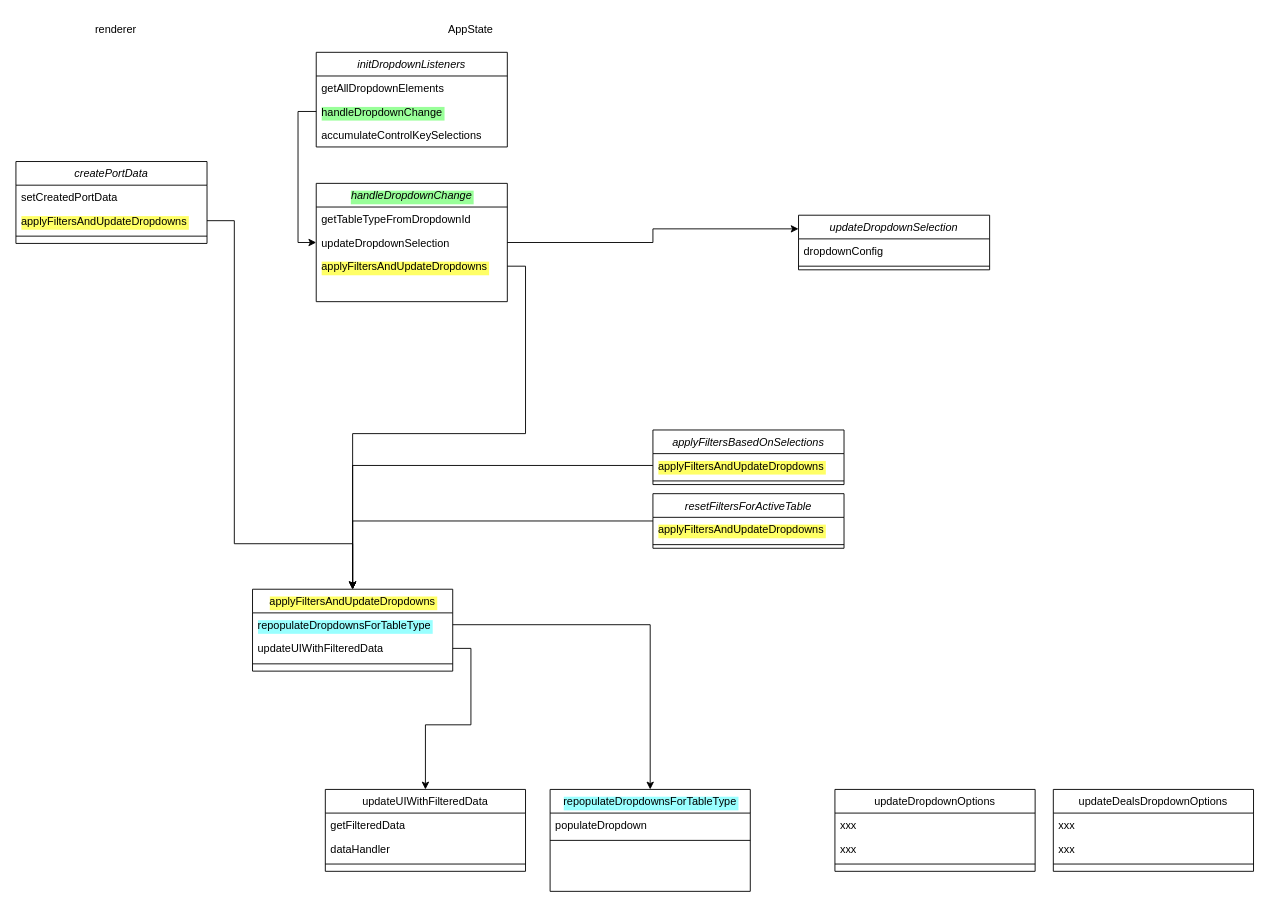
Above: page "Seite-1" (1 of 2) of images/Unbenanntes Diagramm.drawio in ORE01/Dashboard (draw.io), before the change. Source tidied: cells renumbered, new cells numbered last; positions are measured from the earlier drawing's top-left corner, leaving out a move shared by most shapes. Both pictures are drawn from the tidied source at 91%, with x=0, y=0 at pixel (15, 15).
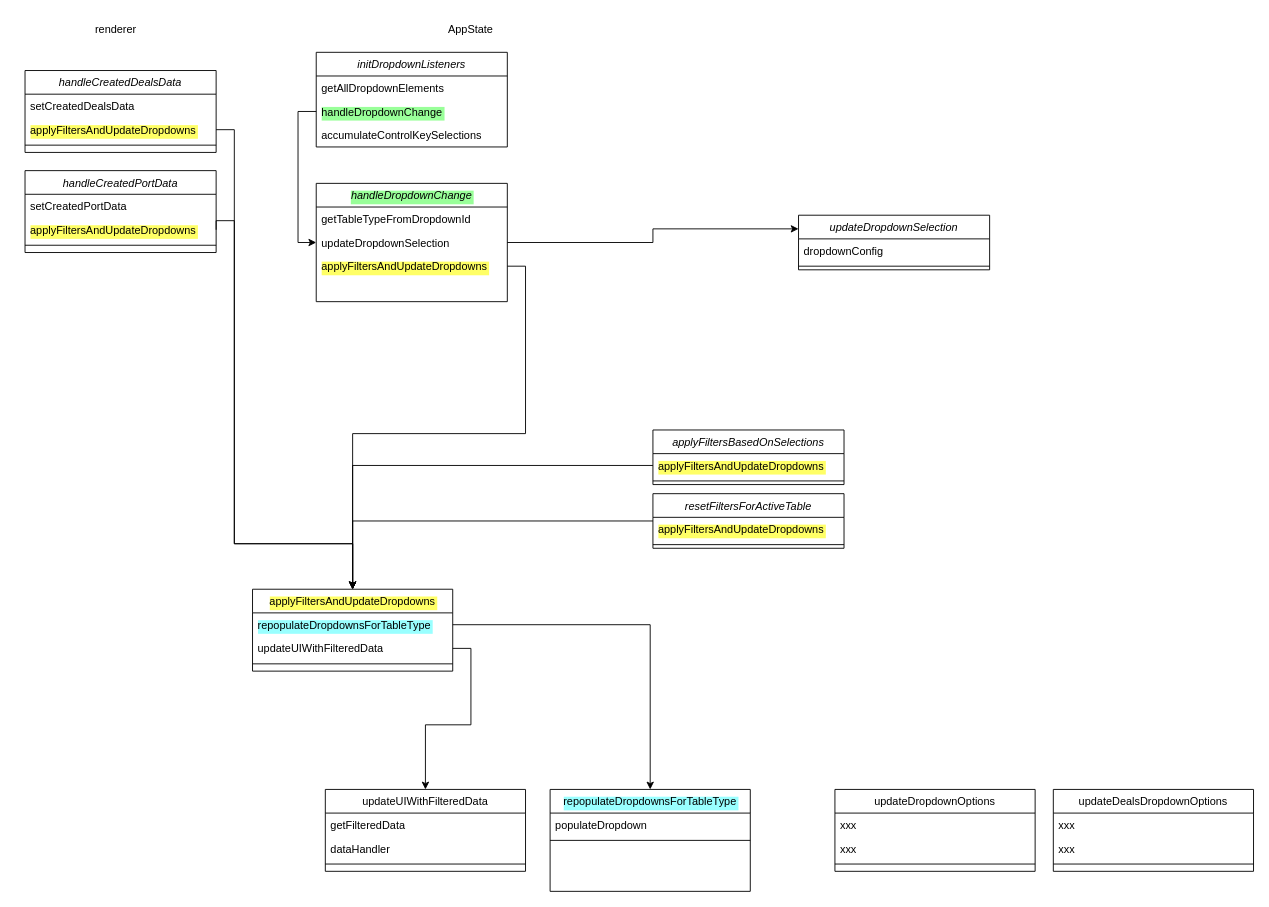
The same diagram, later.

The change refers to these unchanged cells:
```xml
<mxCell id="4" value="applyFiltersAndUpdateDropdowns" style="text;align=left;verticalAlign=top;spacingLeft=4;spacingRight=4;overflow=hidden;points=[[0,0.5],[1,0.5]];portConstraint=eastwest;rounded=0;shadow=0;html=0;labelBackgroundColor=#FFFF66;" parent="2" vertex="1">
  <mxGeometry y="52" width="210" height="26" as="geometry" />
</mxCell>
<mxCell id="6" value="applyFiltersAndUpdateDropdowns" style="swimlane;fontStyle=0;align=center;verticalAlign=top;horizontal=1;startSize=26;rounded=0;shadow=0;strokeWidth=1;labelBackgroundColor=#FFFF66;" parent="1" vertex="1">
  <mxGeometry x="260" y="630" width="220" height="90" as="geometry" />
</mxCell>
```

Change to the diagram source:
```diff
@@
-    <mxCell id="2" value="createPortData" style="swimlane;fontStyle=2;align=center;verticalAlign=top;horizontal=1;startSize=26;rounded=0;shadow=0;strokeWidth=1;" parent="1" vertex="1">
-      <mxGeometry y="160" width="210" height="90" as="geometry" />
+    <mxCell id="2" value="handleCreatedDealsData" style="swimlane;fontStyle=2;align=center;verticalAlign=top;horizontal=1;startSize=26;rounded=0;shadow=0;strokeWidth=1;" parent="1" vertex="1">
+      <mxGeometry x="10" y="60" width="210" height="90" as="geometry" />
     </mxCell>
-    <mxCell id="3" value="setCreatedPortData" style="text;align=left;verticalAlign=top;spacingLeft=4;spacingRight=4;overflow=hidden;" parent="2" vertex="1">
+    <mxCell id="3" value="setCreatedDealsData" style="text;align=left;verticalAlign=top;spacingLeft=4;spacingRight=4;overflow=hidden;" parent="2" vertex="1">
       <mxGeometry y="26" width="210" height="26" as="geometry" />
     </mxCell>
@@
-    <mxCell id="33" style="edgeStyle=orthogonalEdgeStyle;rounded=0;jettySize=auto;html=1;entryX=0.5;entryY=0;entryDx=0;entryDy=0;" parent="1" edge="1" source="4" target="6">
+    <mxCell id="33" style="edgeStyle=orthogonalEdgeStyle;rounded=0;jettySize=auto;html=1;entryX=0.5;entryY=0;entryDx=0;entryDy=0;exitX=1;exitY=0.5;exitDx=0;exitDy=0;" parent="1" edge="1" source="54" target="6">
       <mxGeometry relative="1" as="geometry">
         <Array as="points">
+          <mxPoint x="220" y="225" />
           <mxPoint x="240" y="225" />
           <mxPoint x="240" y="580" />
           <mxPoint x="370" y="580" />
         </Array>
       </mxGeometry>
     </mxCell>
@@
+    <mxCell id="52" value="handleCreatedPortData" style="swimlane;fontStyle=2;align=center;verticalAlign=top;horizontal=1;startSize=26;rounded=0;shadow=0;strokeWidth=1;" parent="1" vertex="1">
+      <mxGeometry x="10" y="170" width="210" height="90" as="geometry" />
+    </mxCell>
+    <mxCell id="53" value="setCreatedPortData" style="text;align=left;verticalAlign=top;spacingLeft=4;spacingRight=4;overflow=hidden;" parent="52" vertex="1">
+      <mxGeometry y="26" width="210" height="26" as="geometry" />
+    </mxCell>
+    <mxCell id="54" value="applyFiltersAndUpdateDropdowns" style="text;align=left;verticalAlign=top;spacingLeft=4;spacingRight=4;overflow=hidden;points=[[0,0.5],[1,0.5]];portConstraint=eastwest;rounded=0;shadow=0;html=0;labelBackgroundColor=#FFFF66;" parent="52" vertex="1">
+      <mxGeometry y="52" width="210" height="26" as="geometry" />
+    </mxCell>
+    <mxCell id="55" style="line;html=1;strokeWidth=1;align=left;verticalAlign=middle;spacingTop=-1;spacingLeft=3;spacingRight=3;labelPosition=right;" parent="52" vertex="1">
+      <mxGeometry y="78" width="210" height="8" as="geometry" />
+    </mxCell>
+    <mxCell id="56" style="edgeStyle=orthogonalEdgeStyle;rounded=0;jettySize=auto;html=1;entryX=0.5;entryY=0;entryDx=0;entryDy=0;" parent="1" edge="1" source="4" target="6">
+      <mxGeometry relative="1" as="geometry">
+        <Array as="points">
+          <mxPoint x="240" y="125" />
+          <mxPoint x="240" y="580" />
+          <mxPoint x="370" y="580" />
+        </Array>
+      </mxGeometry>
+    </mxCell>
```
